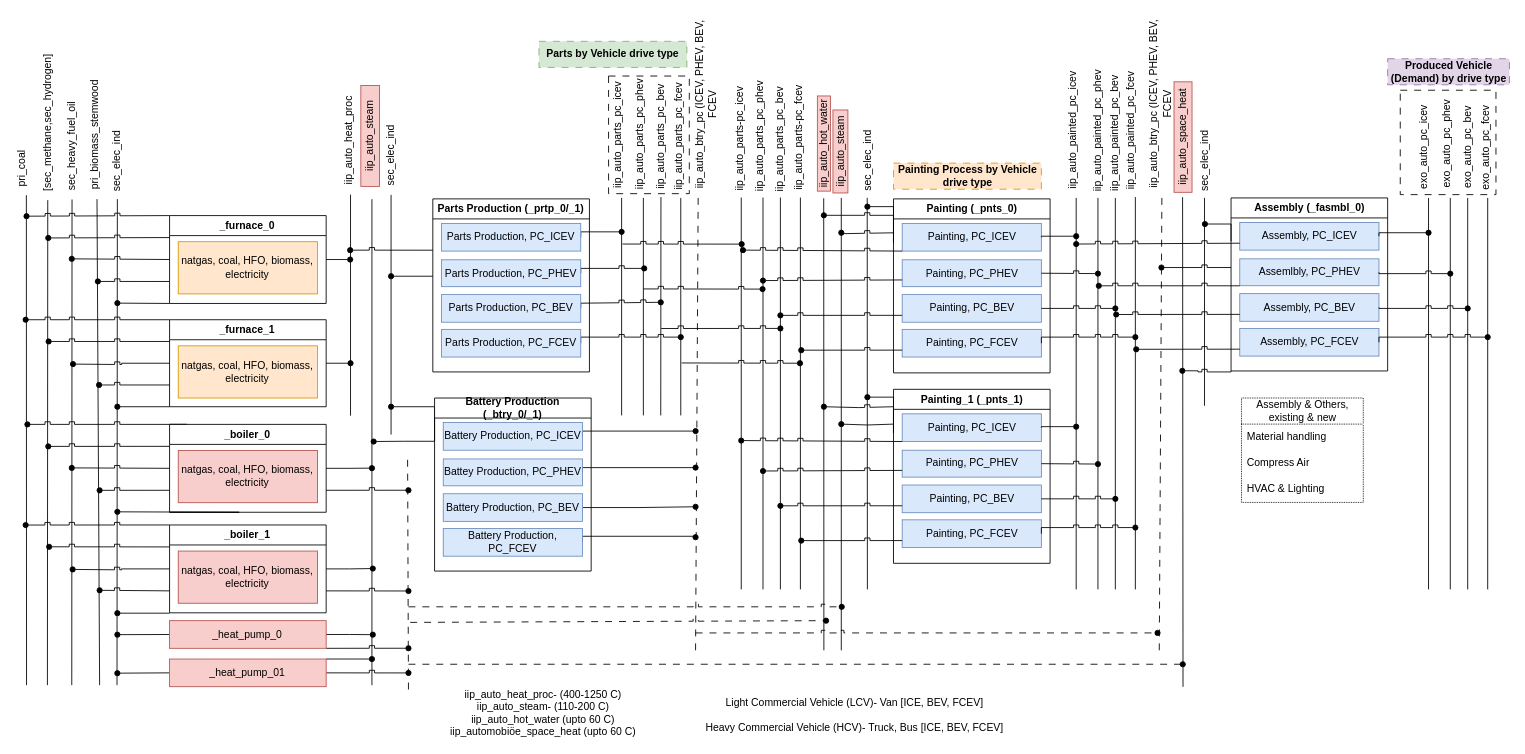
This is page "Automobile_SEDOS_v01" (2 of 18) of TAM_Industry_RES.drawio from anik-ier/TAM_Industry_RES, a draw.io file, before an edit. Source tidied: cells renumbered, new cells numbered last; positions are measured from the earlier drawing's top-left corner, leaving out a move shared by most shapes. Both pictures are drawn from the tidied source at 87%, with x=0, y=0 at pixel (-7, 41).
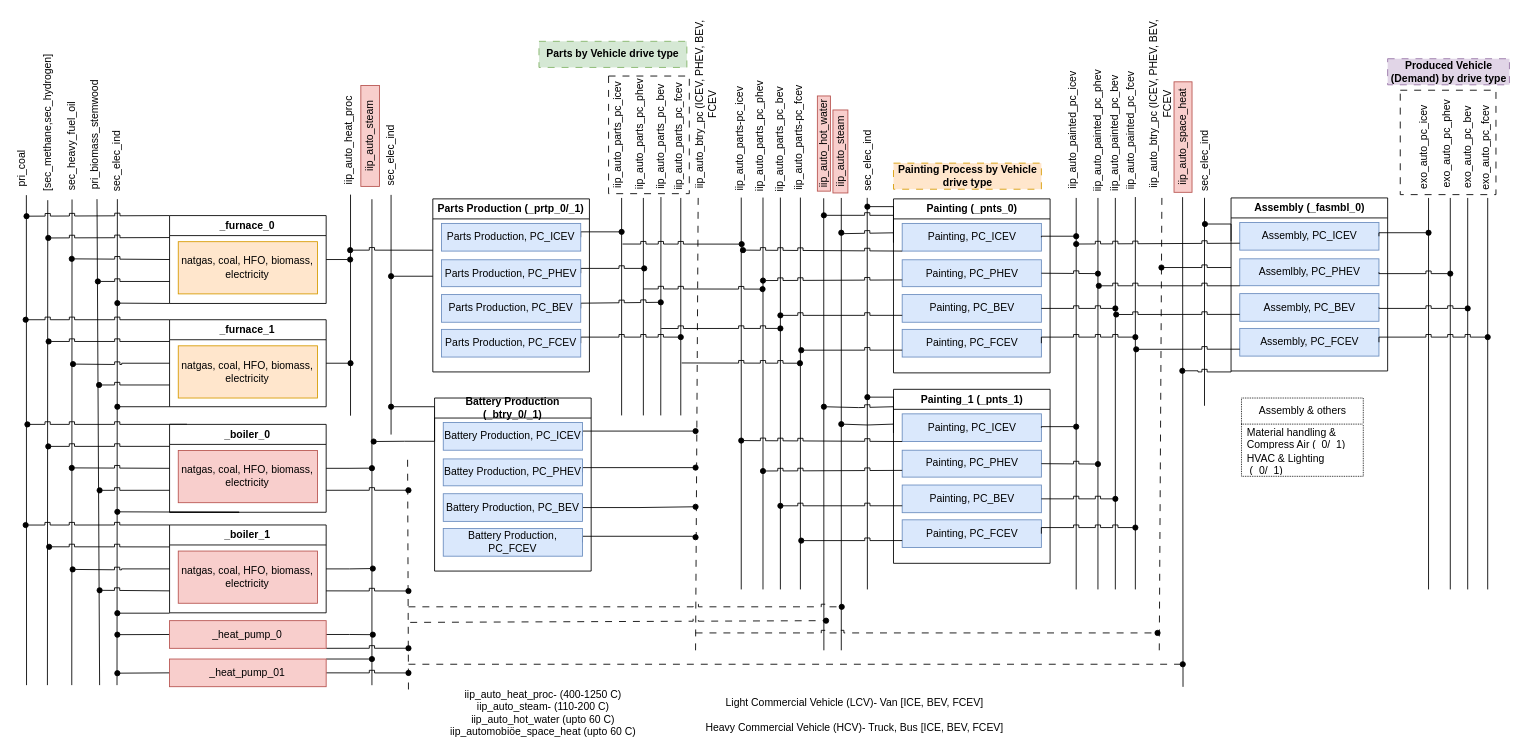
The same page after the edit.

What changed in the source:
```diff
@@
-    <mxCell id="24" value="Assembly &amp;amp; Others, existing &amp;amp; new" style="swimlane;fontStyle=0;horizontal=1;startSize=30;whiteSpace=wrap;html=1;dashed=1;dashPattern=1 1;" parent="1" vertex="1">
-      <mxGeometry x="1434.5" y="410" width="140" height="120" as="geometry" />
+    <mxCell id="24" value="Assembly &amp;amp; others" style="swimlane;fontStyle=0;horizontal=1;startSize=30;whiteSpace=wrap;html=1;dashed=1;dashPattern=1 1;" parent="1" vertex="1">
+      <mxGeometry x="1434.5" y="410" width="140" height="90" as="geometry" />
     </mxCell>
-    <mxCell id="25" value="Material handling" style="text;strokeColor=none;fillColor=none;align=left;verticalAlign=middle;spacingLeft=4;spacingRight=4;overflow=hidden;whiteSpace=wrap;html=1;" parent="24" vertex="1">
+    <mxCell id="25" value="Material handling &amp;amp; Compress Air (_0/_1)" style="text;strokeColor=none;fillColor=none;align=left;verticalAlign=middle;spacingLeft=4;spacingRight=4;overflow=hidden;whiteSpace=wrap;html=1;" parent="24" vertex="1">
       <mxGeometry y="30" width="140" height="30" as="geometry" />
     </mxCell>
-    <mxCell id="26" value="Compress Air" style="text;strokeColor=none;fillColor=none;align=left;verticalAlign=middle;spacingLeft=4;spacingRight=4;overflow=hidden;whiteSpace=wrap;html=1;" parent="24" vertex="1">
-      <mxGeometry y="60" width="140" height="30" as="geometry" />
-    </mxCell>
-    <mxCell id="27" value="&lt;div&gt;HVAC &amp;amp; Lighting&lt;/div&gt;" style="text;strokeColor=none;fillColor=none;align=left;verticalAlign=middle;spacingLeft=4;spacingRight=4;overflow=hidden;whiteSpace=wrap;html=1;" parent="24" vertex="1">
-      <mxGeometry y="90" width="140" height="30" as="geometry" />
+    <mxCell id="27" value="&lt;div&gt;HVAC &amp;amp; Lighting&lt;/div&gt;&amp;nbsp;(_0/_1)" style="text;strokeColor=none;fillColor=none;align=left;verticalAlign=middle;spacingLeft=4;spacingRight=4;overflow=hidden;whiteSpace=wrap;html=1;" parent="24" vertex="1">
+      <mxGeometry y="60" width="140" height="30" as="geometry" />
     </mxCell>
```
